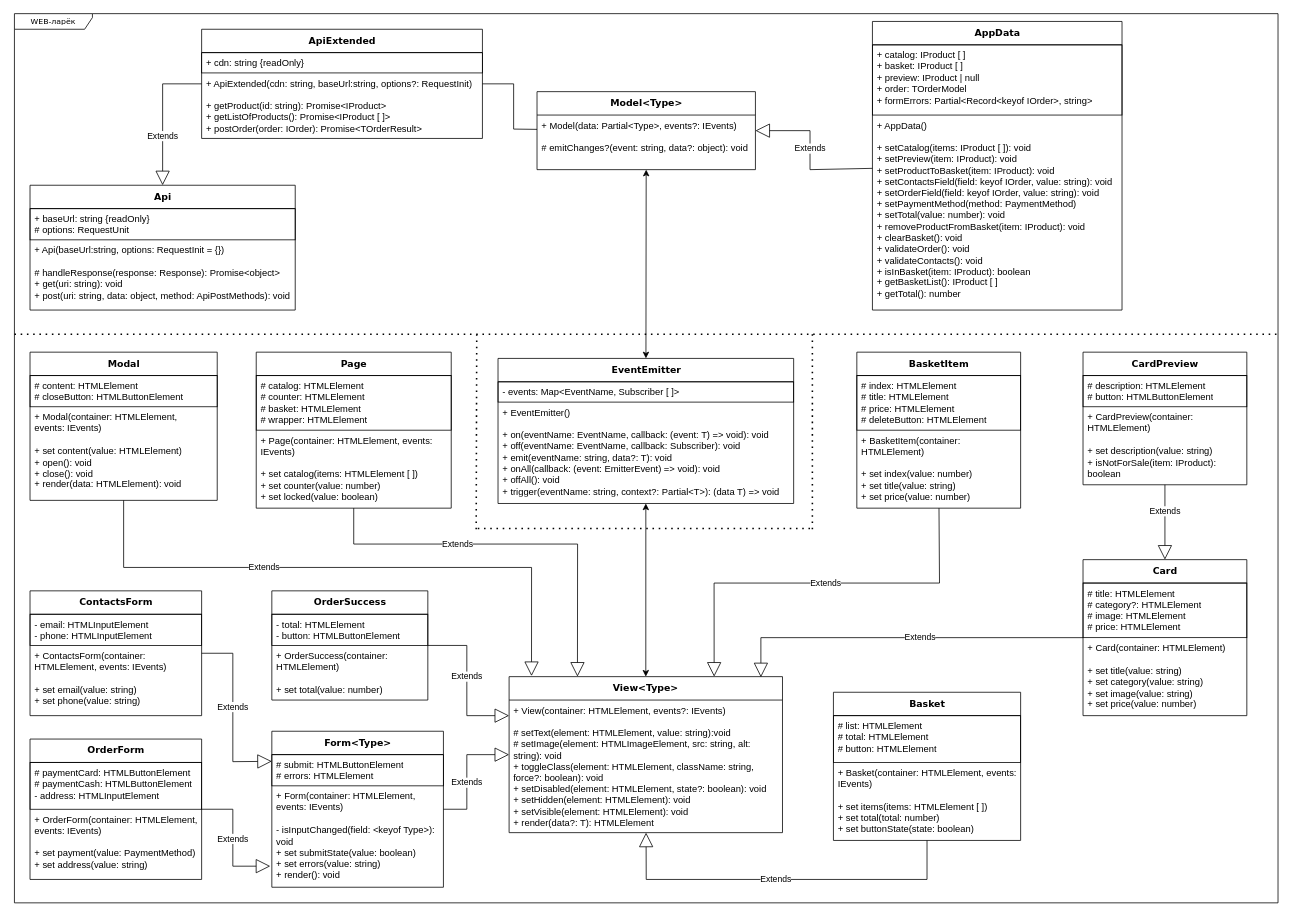
Roman-Gaponov/web-larek-frontend keeps this draw.io diagram as project-uml.drawio. Above is the earlier version. Source tidied: cells renumbered, new cells numbered last; positions are measured from the earlier drawing's top-left corner, leaving out a move shared by most shapes. Both pictures are drawn from the tidied source at 78%, with x=0, y=0 at pixel (14, 13).
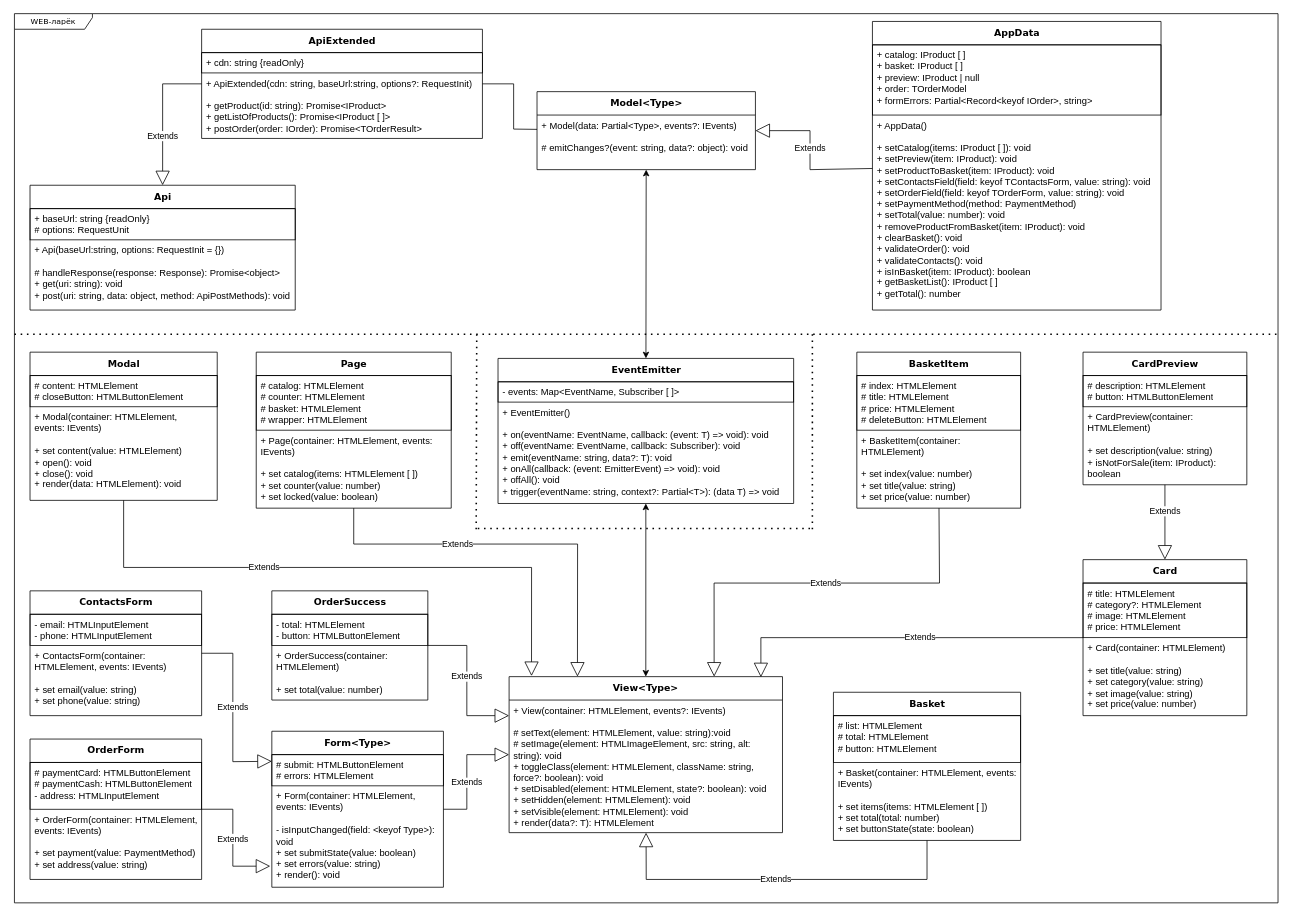
The same page after the edit.

Diff of the diagram source:
```diff
@@
     <mxCell id="19" value="&lt;b&gt;&lt;font style=&quot;font-size: 12px;&quot;&gt;AppData&lt;/font&gt;&lt;/b&gt;" style="swimlane;html=1;fontStyle=0;horizontal=1;startSize=30;fillColor=none;swimlaneFillColor=#ffffff;rounded=0;shadow=0;comic=0;labelBackgroundColor=none;strokeWidth=1;fontFamily=Verdana;fontSize=10;align=center;" parent="1" vertex="1">
-      <mxGeometry x="1100" y="10" width="320" height="370" as="geometry" />
+      <mxGeometry x="1100" y="10" width="370" height="370" as="geometry" />
     </mxCell>
     <mxCell id="20" value="&lt;div&gt;+ catalog: IProduct [ ]&lt;/div&gt;&lt;div&gt;+ basket: IProduct [ ]&lt;/div&gt;&lt;div&gt;+ preview: IProduct | null&lt;/div&gt;&lt;div&gt;+ order: TOrderModel&lt;/div&gt;&lt;div&gt;+ formErrors: Partial&amp;lt;Record&amp;lt;keyof IOrder&amp;gt;, string&amp;gt;&lt;/div&gt;" style="text;html=1;strokeColor=default;fillColor=none;align=left;verticalAlign=top;spacingLeft=4;spacingRight=4;whiteSpace=wrap;overflow=hidden;" parent="19" vertex="1">
-      <mxGeometry y="30" width="320" height="90" as="geometry" />
+      <mxGeometry y="30" width="370" height="90" as="geometry" />
     </mxCell>
-    <mxCell id="21" value="&lt;div&gt;+ AppData()&lt;/div&gt;&lt;div&gt;&lt;br&gt;&lt;/div&gt;&lt;div&gt;+ setCatalog(items: IProduct [ ]): void&lt;/div&gt;&lt;div&gt;+ setPreview(item: IProduct): void&lt;/div&gt;&lt;div&gt;+ setProductToBasket(item: IProduct): void&lt;/div&gt;&lt;div&gt;+ setContactsField(field: keyof IOrder, value: string): void&lt;/div&gt;&lt;div&gt;+ setOrderField(field: keyof IOrder, value: string): void&lt;/div&gt;&lt;div&gt;+ setPaymentMethod(method: PaymentMethod)&lt;/div&gt;&lt;div&gt;+ setTotal(value: number): void&lt;/div&gt;&lt;div&gt;+ removeProductFromBasket(item: IProduct): void&lt;/div&gt;&lt;div&gt;+ clearBasket(): void&lt;/div&gt;&lt;div&gt;&lt;span style=&quot;background-color: transparent; color: light-dark(rgb(0, 0, 0), rgb(255, 255, 255));&quot;&gt;+ validateOrder(): void&lt;/span&gt;&lt;/div&gt;&lt;div&gt;+ validateContacts(): void&lt;/div&gt;&lt;div&gt;&lt;span style=&quot;background-color: transparent; color: light-dark(rgb(0, 0, 0), rgb(255, 255, 255));&quot;&gt;+ isInBasket(item: IProduct): boolean&lt;/span&gt;&lt;/div&gt;&lt;div&gt;+ getBasketList(): IProduct [ ]&lt;/div&gt;&lt;div&gt;+ getTotal(): number&lt;/div&gt;" style="text;html=1;strokeColor=none;fillColor=none;align=left;verticalAlign=top;spacingLeft=4;spacingRight=4;whiteSpace=wrap;overflow=hidden;" parent="19" vertex="1">
-      <mxGeometry y="120" width="320" height="250" as="geometry" />
+    <mxCell id="21" value="&lt;div&gt;+ AppData()&lt;/div&gt;&lt;div&gt;&lt;br&gt;&lt;/div&gt;&lt;div&gt;+ setCatalog(items: IProduct [ ]): void&lt;/div&gt;&lt;div&gt;+ setPreview(item: IProduct): void&lt;/div&gt;&lt;div&gt;+ setProductToBasket(item: IProduct): void&lt;/div&gt;&lt;div&gt;+ setContactsField(field: keyof TContactsForm, value: string): void&lt;/div&gt;&lt;div&gt;+ setOrderField(field: keyof TOrderForm, value: string): void&lt;/div&gt;&lt;div&gt;+ setPaymentMethod(method: PaymentMethod)&lt;/div&gt;&lt;div&gt;+ setTotal(value: number): void&lt;/div&gt;&lt;div&gt;+ removeProductFromBasket(item: IProduct): void&lt;/div&gt;&lt;div&gt;+ clearBasket(): void&lt;/div&gt;&lt;div&gt;&lt;span style=&quot;background-color: transparent; color: light-dark(rgb(0, 0, 0), rgb(255, 255, 255));&quot;&gt;+ validateOrder(): void&lt;/span&gt;&lt;/div&gt;&lt;div&gt;+ validateContacts(): void&lt;/div&gt;&lt;div&gt;&lt;span style=&quot;background-color: transparent; color: light-dark(rgb(0, 0, 0), rgb(255, 255, 255));&quot;&gt;+ isInBasket(item: IProduct): boolean&lt;/span&gt;&lt;/div&gt;&lt;div&gt;+ getBasketList(): IProduct [ ]&lt;/div&gt;&lt;div&gt;+ getTotal(): number&lt;/div&gt;" style="text;html=1;strokeColor=none;fillColor=none;align=left;verticalAlign=top;spacingLeft=4;spacingRight=4;whiteSpace=wrap;overflow=hidden;" parent="19" vertex="1">
+      <mxGeometry y="120" width="370" height="250" as="geometry" />
     </mxCell>
```
